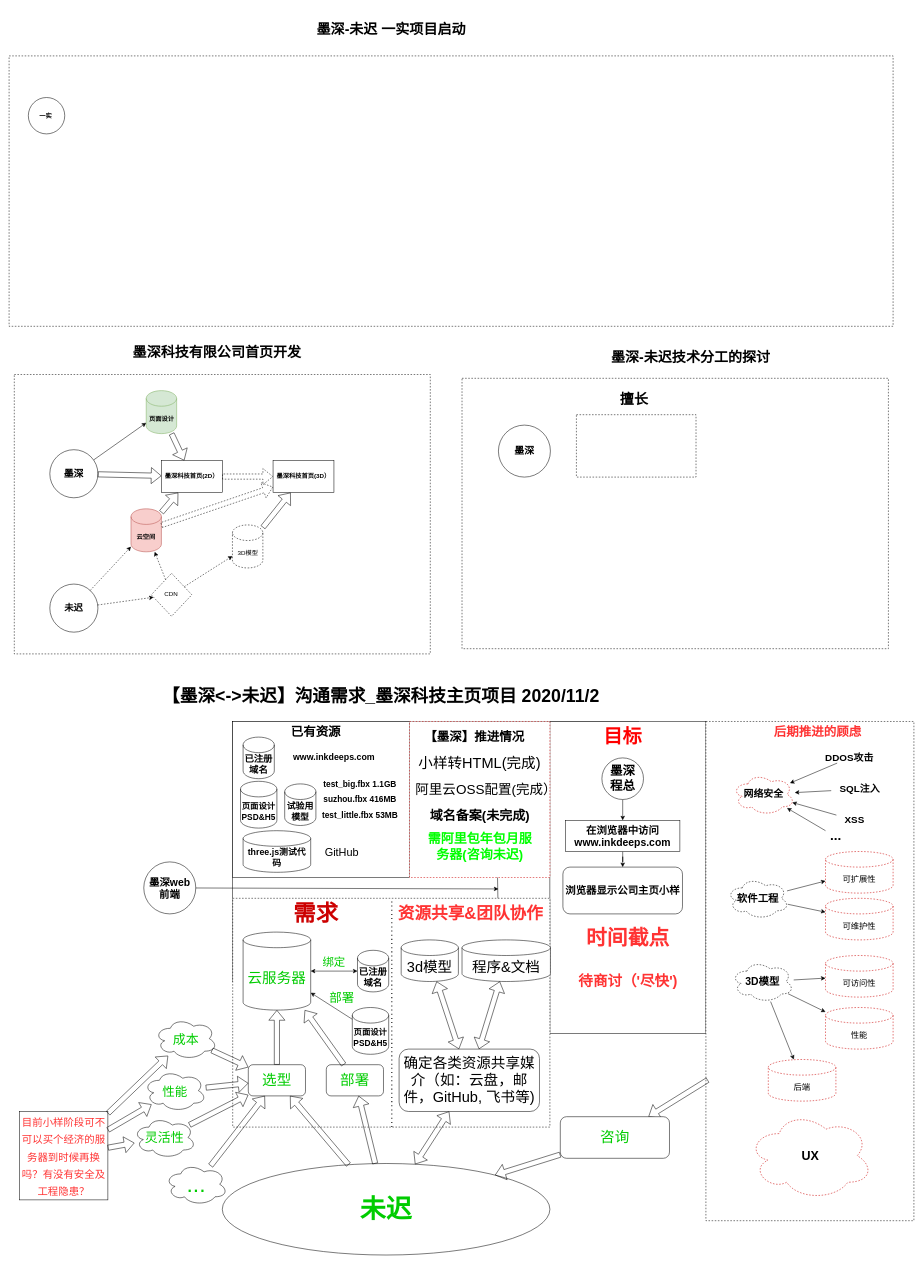
zhutoutoutousan/A-study-note-as-a-beginner keeps this draw.io diagram as project.drawio. Above is the earlier version. Source tidied: cells renumbered, new cells numbered last; positions are measured from the earlier drawing's top-left corner, leaving out a move shared by most shapes. Both pictures are drawn from the tidied source at 52%, with x=0, y=0 at pixel (9, 9).
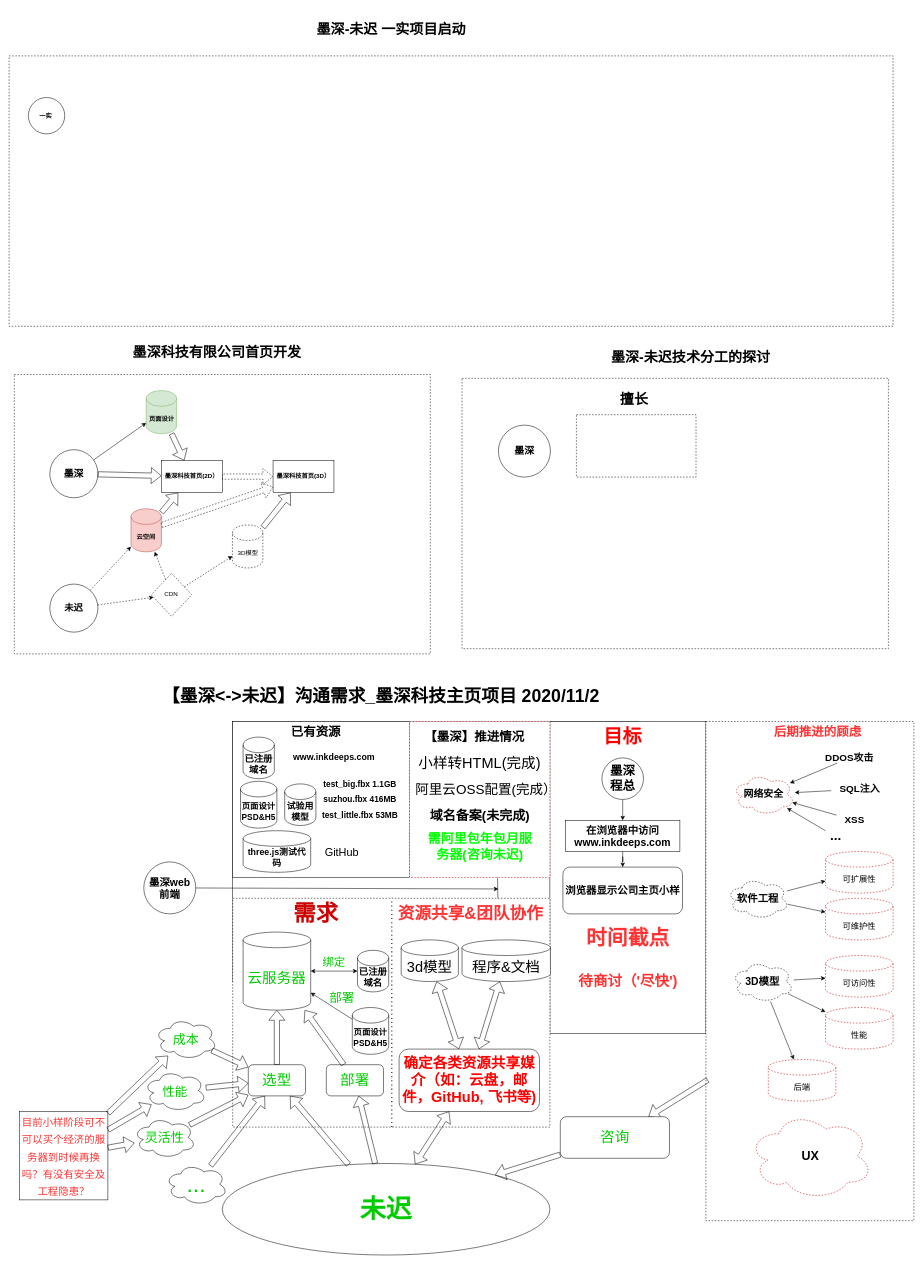
The same diagram, later.

Change to the diagram source:
```diff
@@
-    <mxCell id="120" value="确定各类资源共享媒介（如：云盘，邮件，GitHub, 飞书等)" style="rounded=1;whiteSpace=wrap;html=1;strokeColor=#000000;fontSize=28;fontColor=#000000;" parent="1" vertex="1">
+    <mxCell id="120" value="确定各类资源共享媒介（如：云盘，邮件，GitHub, 飞书等)" style="rounded=1;whiteSpace=wrap;html=1;strokeColor=#000000;fontSize=28;fontColor=#FF0000;fontStyle=1;" parent="1" vertex="1">
       <mxGeometry x="750" y="2000" width="270" height="120" as="geometry" />
     </mxCell>
```
